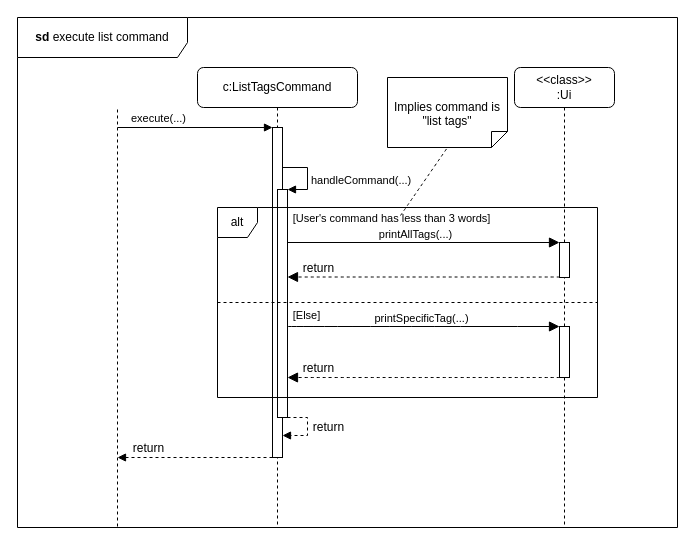
This is docs/Diagrams/Commands/executeListTags.drawio from wongwh2002/CS2113TeamProject, a draw.io file, before an edit. Source tidied: cells renumbered, new cells numbered last; positions are measured from the earlier drawing's top-left corner, leaving out a move shared by most shapes. Both pictures are drawn from the tidied source at 100%, with x=0, y=0 at pixel (17, 17).
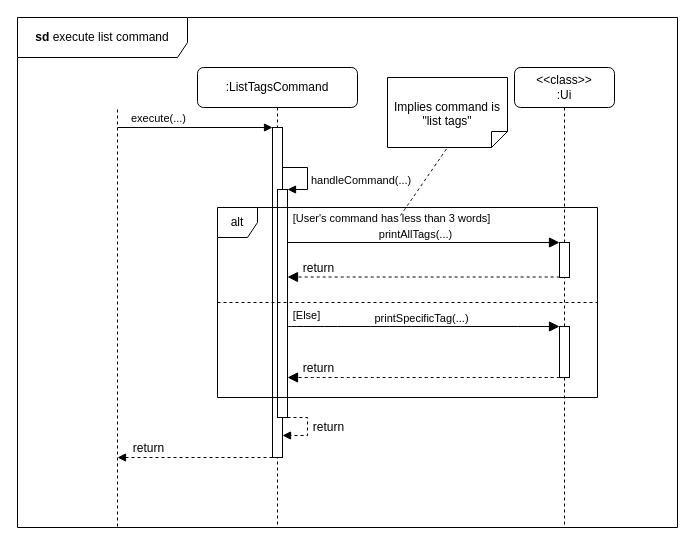
The same diagram, later.

Change to the diagram source:
```diff
@@
-    <mxCell id="3" value="c:ListTagsCommand" style="shape=umlLifeline;perimeter=lifelinePerimeter;whiteSpace=wrap;html=1;newEdgeStyle={&quot;curved&quot;:0,&quot;rounded&quot;:0};rounded=1;" parent="1" vertex="1">
+    <mxCell id="3" value=":ListTagsCommand" style="shape=umlLifeline;perimeter=lifelinePerimeter;whiteSpace=wrap;html=1;newEdgeStyle={&quot;curved&quot;:0,&quot;rounded&quot;:0};rounded=1;" parent="1" vertex="1">
       <mxGeometry x="180" y="50" width="160" height="460" as="geometry" />
     </mxCell>
```
